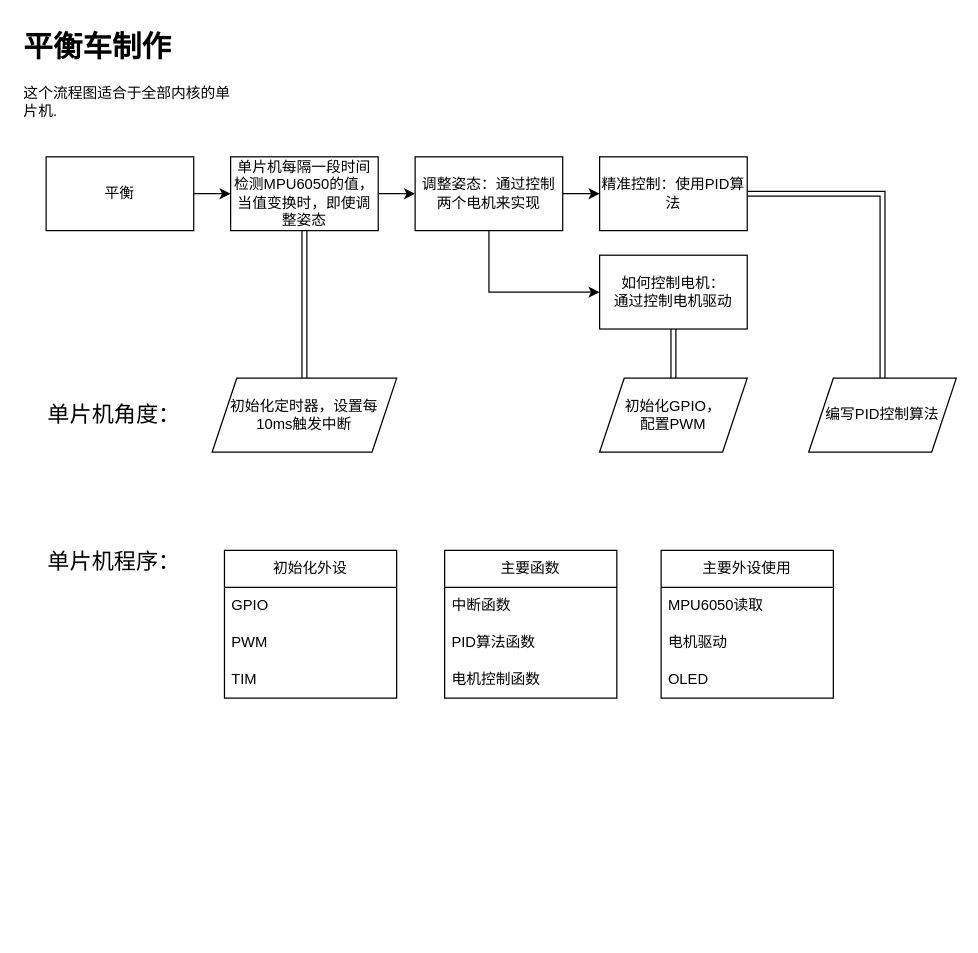
Above: 流程图/平衡车.drawio in mlhua/hua (draw.io), before the change. Source tidied: cells renumbered, new cells numbered last; positions are measured from the earlier drawing's top-left corner, leaving out a move shared by most shapes. Both pictures are drawn from the tidied source at 123%, with x=0, y=0 at pixel (21, 21).
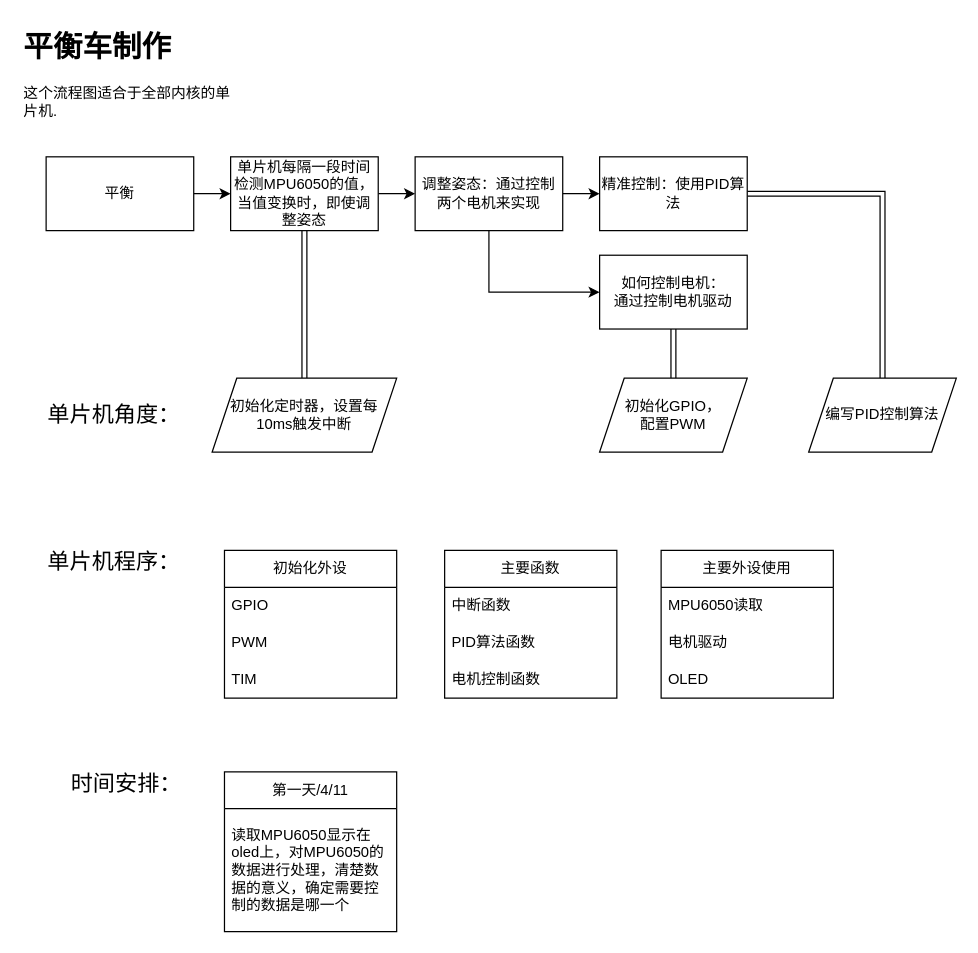
After the change.

Commit message (it also covers changes not shown here):
更新平衡车.drawio

The edit, as a diff of the source:
```diff
@@
+    <mxCell id="32" value="&lt;font style=&quot;font-size: 18px;&quot;&gt;时间安排：&lt;/font&gt;" style="text;html=1;align=center;verticalAlign=middle;strokeColor=none;fillColor=none;" parent="1" vertex="1">
+      <mxGeometry x="30" y="600" width="110" height="40" as="geometry" />
+    </mxCell>
+    <mxCell id="33" value="第一天/4/11" style="swimlane;fontStyle=0;horizontal=1;startSize=30;whiteSpace=wrap;html=1;" parent="1" vertex="1">
+      <mxGeometry x="165" y="610" width="140" height="130" as="geometry" />
+    </mxCell>
+    <mxCell id="34" value="读取MPU6050显示在oled上，对MPU6050的数据进行处理，清楚数据的意义，确定需要控制的数据是哪一个" style="text;strokeColor=none;fillColor=none;align=left;verticalAlign=middle;spacingLeft=4;spacingRight=4;overflow=hidden;whiteSpace=wrap;html=1;" parent="33" vertex="1">
+      <mxGeometry y="30" width="140" height="100" as="geometry" />
+    </mxCell>
```
